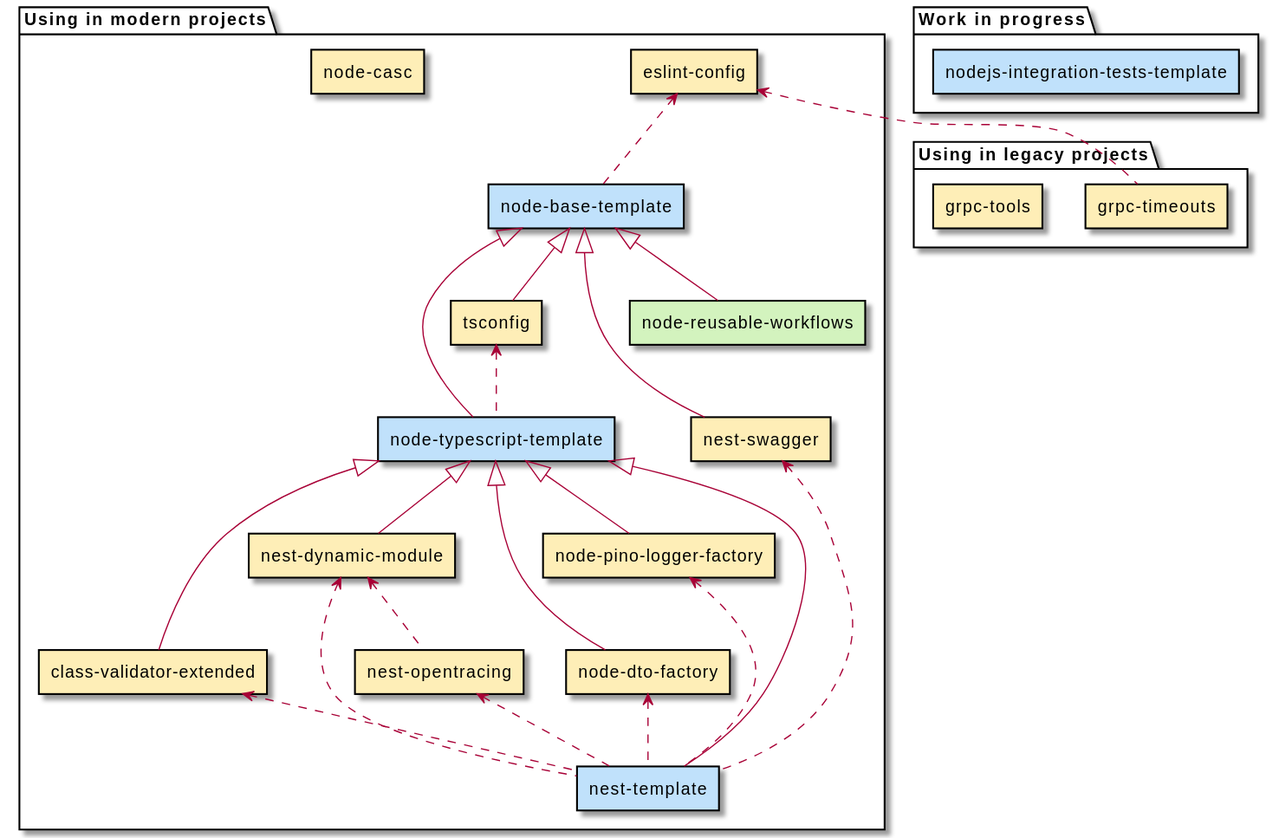
Above: docs/nodejs.svg in Byndyusoft/awesome-byndyusoft-opensource (PlantUML), before the change.
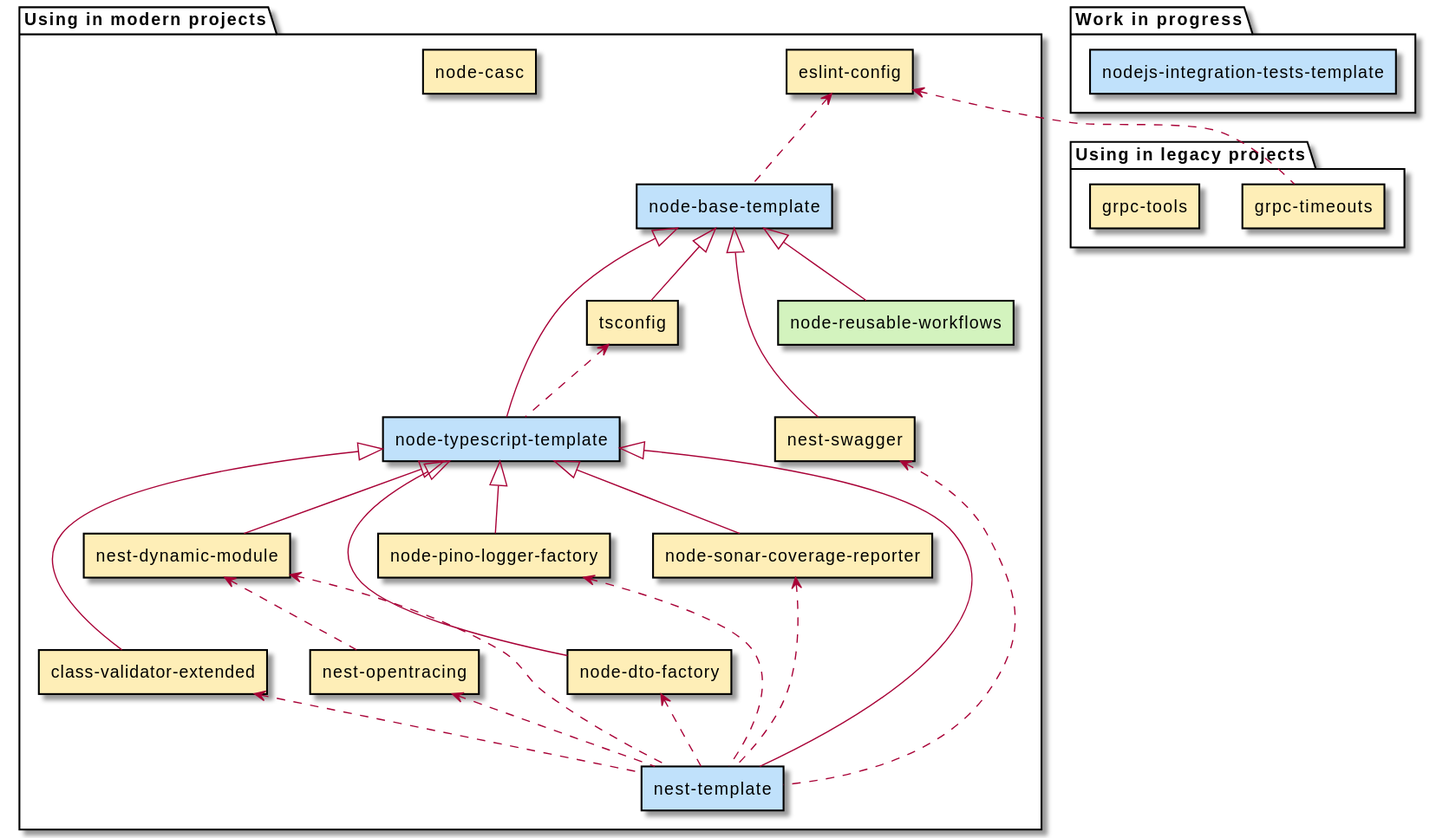
Above is the later version.

What changed in the source:
```diff
@@ -15,6 +15,7 @@
   PACKAGE("node-casc")
   PACKAGE("node-dto-factory")
   PACKAGE("node-pino-logger-factory")
+  PACKAGE("node-sonar-coverage-reporter")
   PACKAGE("tsconfig")
 
   INFRA("node-reusable-workflows")
@@ -36,6 +37,7 @@
 USE("nest-template", "nest-swagger")
 USE("nest-template", "node-dto-factory")
 USE("nest-template", "node-pino-logger-factory")
+USE("nest-template", "node-sonar-coverage-reporter")
 
 USE("node-base-template", "eslint-config")
 
@@ -54,6 +56,8 @@
 
 EXTENDS("node-pino-logger-factory", "node-typescript-template")
 
+EXTENDS("node-sonar-coverage-reporter", "node-typescript-template")
+
 EXTENDS("tsconfig", "node-base-template")
 
 USE("grpc-timeouts", "eslint-config")
```
